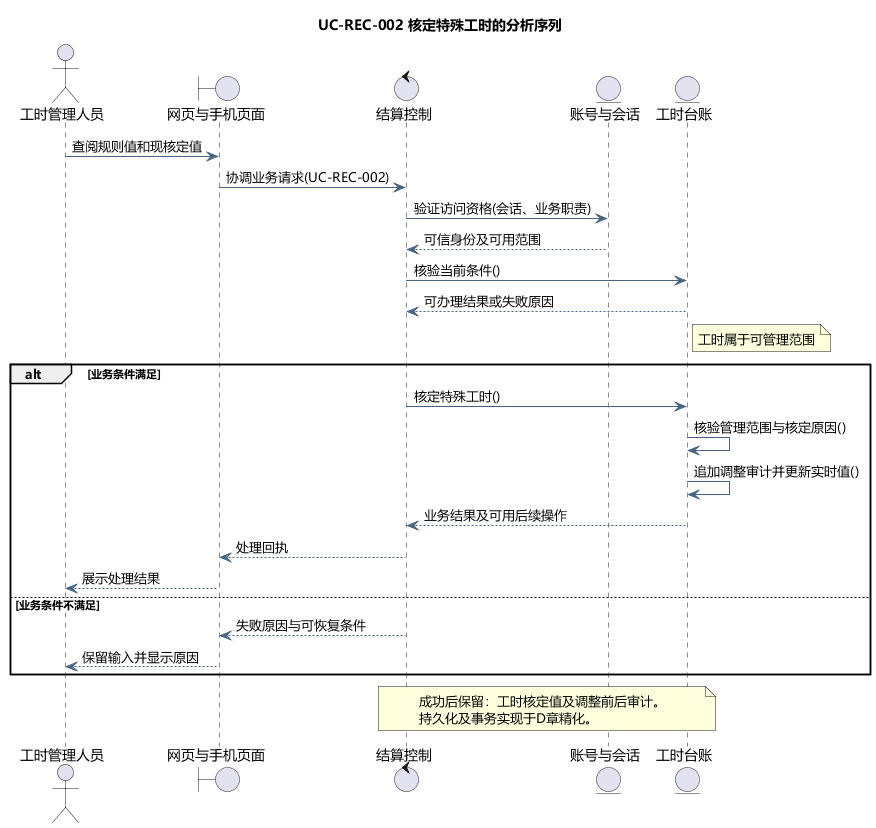
tccc1csu/miniprogram-csu keeps this PlantUML diagram as docs/diagrams/analysis/seq-uc-rec-002.png. Above is the earlier version.
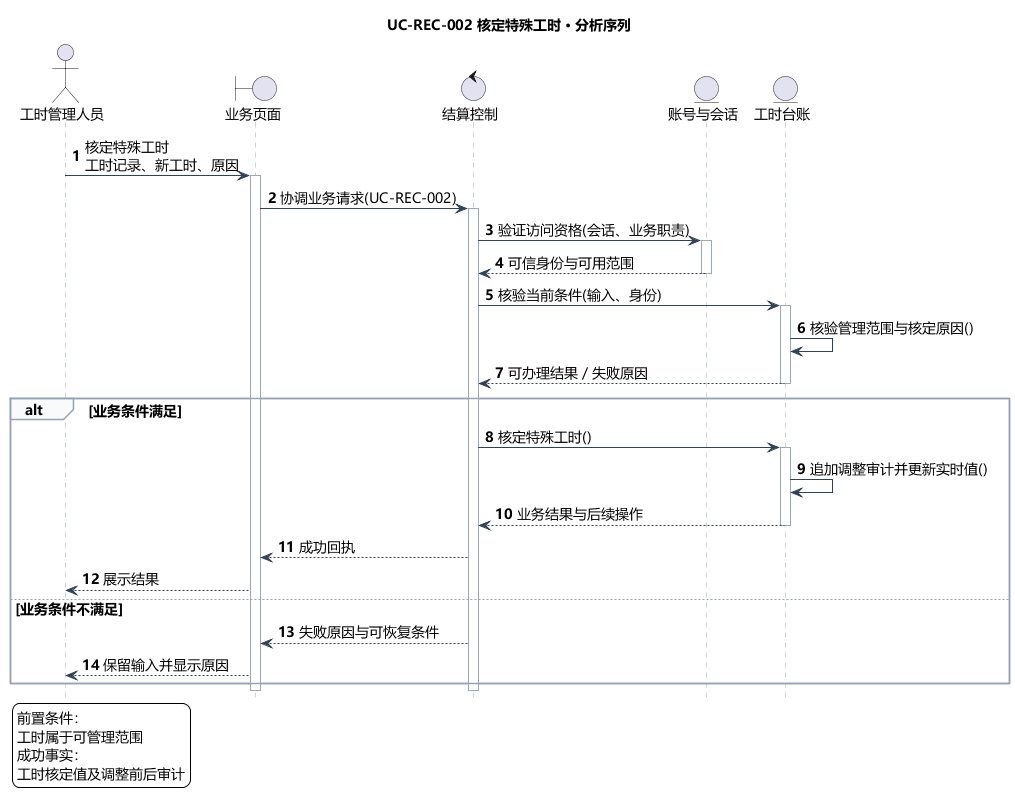
Above is the later version.

Diff of the diagram source:
```diff
@@ -5,35 +5,53 @@
 skinparam ArrowColor #466482
 skinparam classAttributeIconSize 0
 hide empty members
-title UC-REC-002 核定特殊工时的分析序列
+skinparam defaultFontSize 14
+skinparam sequenceLifeLineBorderColor #9AA8B8
+skinparam sequenceArrowColor #334155
+skinparam sequenceGroupBorderColor #94A3B8
+skinparam sequenceGroupBackgroundColor #F8FAFC
+skinparam sequenceParticipantPadding 18
+skinparam maxMessageSize 240
+hide footbox
+autonumber
+title UC-REC-002 核定特殊工时 · 分析序列
 actor "工时管理人员" as actor
-boundary "网页与手机页面" as page
+boundary "业务页面" as page
 control "结算控制" as ctl
 entity "账号与会话" as identity
 entity "工时台账" as model
-actor -> page : 查阅规则值和现核定值
+actor -> page : 核定特殊工时\n工时记录、新工时、原因
+activate page
 page -> ctl : 协调业务请求(UC-REC-002)
+activate ctl
 ctl -> identity : 验证访问资格(会话、业务职责)
-identity --> ctl : 可信身份及可用范围
-ctl -> model : 核验当前条件()
-model --> ctl : 可办理结果或失败原因
-note right of model
-工时属于可管理范围
-end note
+activate identity
+identity --> ctl : 可信身份与可用范围
+deactivate identity
+ctl -> model : 核验当前条件(输入、身份)
+activate model
+model -> model : 核验管理范围与核定原因()
+model --> ctl : 可办理结果／失败原因
+deactivate model
 alt 业务条件满足
 ctl -> model : 核定特殊工时()
-model -> model : 核验管理范围与核定原因()
+activate model
 model -> model : 追加调整审计并更新实时值()
-model --> ctl : 业务结果及可用后续操作
-ctl --> page : 处理回执
-page --> actor : 展示处理结果
+model --> ctl : 业务结果与后续操作
+deactivate model
+ctl --> page : 成功回执
+page --> actor : 展示结果
 else 业务条件不满足
 ctl --> page : 失败原因与可恢复条件
 page --> actor : 保留输入并显示原因
 end
-note over ctl,model
-成功后保留：工时核定值及调整前后审计。
-持久化及事务实现于D章精化。
-end note
+deactivate ctl
+deactivate page
+legend bottom left
+前置条件：
+工时属于可管理范围
+成功事实：
+工时核定值及调整前后审计
+endlegend
 
 @enduml
```
